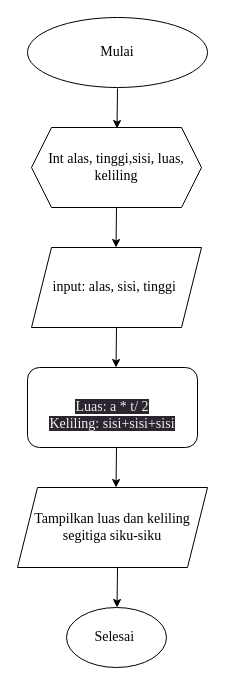
This is Flowchart3.drawio from Alvichoirinn/Latihan4, a draw.io file, before an edit. Source tidied: cells renumbered, new cells numbered last; positions are measured from the earlier drawing's top-left corner, leaving out a move shared by most shapes. Both pictures are drawn from the tidied source at 100%, with x=0, y=0 at pixel (17, 17).
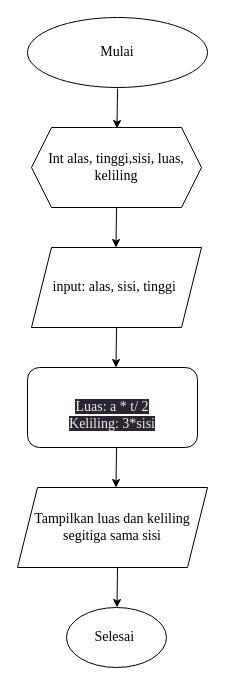
Above is the later version.

Change to the diagram source:
```diff
@@
 <mxGraphModel>
   <root>
     <mxCell id="0" />
     <mxCell id="1" parent="0" />
     <mxCell id="2" value="Mulai" style="ellipse;whiteSpace=wrap;html=1;fontFamily=Times New Roman;fontSize=14;" parent="1" vertex="1">
       <mxGeometry x="10" width="180" height="70" as="geometry" />
     </mxCell>
     <mxCell id="3" style="endArrow=classic;html=1;" parent="1" edge="1">
       <mxGeometry relative="1" as="geometry">
         <mxPoint x="100" y="71" as="sourcePoint" />
         <mxPoint x="99.5" y="111" as="targetPoint" />
       </mxGeometry>
     </mxCell>
     <mxCell id="4" value="Int alas, tinggi,sisi, luas, keliling" style="shape=hexagon;perimeter=hexagonPerimeter2;whiteSpace=wrap;html=1;fixedSize=1;fontFamily=Times New Roman;fontSize=14;" parent="1" vertex="1">
       <mxGeometry x="14" y="110" width="170" height="80" as="geometry" />
     </mxCell>
     <mxCell id="5" value="input: alas, sisi, tinggi&amp;nbsp;" style="shape=parallelogram;perimeter=parallelogramPerimeter;whiteSpace=wrap;html=1;fixedSize=1;fontFamily=Times New Roman;fontSize=14;" parent="1" vertex="1">
       <mxGeometry x="14" y="230" width="170" height="80" as="geometry" />
     </mxCell>
     <mxCell id="6" style="endArrow=classic;html=1;" parent="1" edge="1">
       <mxGeometry relative="1" as="geometry">
         <mxPoint x="99" y="190" as="sourcePoint" />
         <mxPoint x="98.5" y="230" as="targetPoint" />
       </mxGeometry>
     </mxCell>
     <mxCell id="7" style="endArrow=classic;html=1;" parent="1" edge="1">
       <mxGeometry relative="1" as="geometry">
         <mxPoint x="99" y="310" as="sourcePoint" />
         <mxPoint x="98.5" y="350" as="targetPoint" />
       </mxGeometry>
     </mxCell>
-    <mxCell id="8" value="&lt;br&gt;&lt;span style=&quot;color: rgb(240, 240, 240); font-family: &amp;quot;Times New Roman&amp;quot;; font-size: 14px; font-style: normal; font-variant-ligatures: normal; font-variant-caps: normal; font-weight: 400; letter-spacing: normal; orphans: 2; text-align: center; text-indent: 0px; text-transform: none; widows: 2; word-spacing: 0px; -webkit-text-stroke-width: 0px; background-color: rgb(42, 37, 47); text-decoration-thickness: initial; text-decoration-style: initial; text-decoration-color: initial; float: none; display: inline !important;&quot;&gt;Luas: a * t/ 2&lt;br&gt;Keliling: sisi+sisi+sisi&lt;/span&gt;" style="rounded=1;whiteSpace=wrap;html=1;fontFamily=Times New Roman;fontSize=14;" parent="1" vertex="1">
+    <mxCell id="8" value="&lt;br&gt;&lt;span style=&quot;color: rgb(240, 240, 240); font-family: &amp;quot;Times New Roman&amp;quot;; font-size: 14px; font-style: normal; font-variant-ligatures: normal; font-variant-caps: normal; font-weight: 400; letter-spacing: normal; orphans: 2; text-align: center; text-indent: 0px; text-transform: none; widows: 2; word-spacing: 0px; -webkit-text-stroke-width: 0px; background-color: rgb(42, 37, 47); text-decoration-thickness: initial; text-decoration-style: initial; text-decoration-color: initial; float: none; display: inline !important;&quot;&gt;Luas: a * t/ 2&lt;br&gt;Keliling: 3*sisi&lt;/span&gt;" style="rounded=1;whiteSpace=wrap;html=1;fontFamily=Times New Roman;fontSize=14;" parent="1" vertex="1">
       <mxGeometry x="10" y="350" width="170" height="80" as="geometry" />
     </mxCell>
-    <mxCell id="9" value="Tampilkan luas dan keliling&lt;br&gt;segitiga siku-siku" style="shape=parallelogram;perimeter=parallelogramPerimeter;whiteSpace=wrap;html=1;fixedSize=1;fontFamily=Times New Roman;fontSize=14;" parent="1" vertex="1">
+    <mxCell id="9" value="Tampilkan luas dan keliling&lt;br&gt;segitiga sama sisi" style="shape=parallelogram;perimeter=parallelogramPerimeter;whiteSpace=wrap;html=1;fixedSize=1;fontFamily=Times New Roman;fontSize=14;" parent="1" vertex="1">
       <mxGeometry y="470" width="190" height="80" as="geometry" />
     </mxCell>
     <mxCell id="10" value="Selesai&amp;nbsp;" style="ellipse;whiteSpace=wrap;html=1;fontFamily=Times New Roman;fontSize=14;" parent="1" vertex="1">
       <mxGeometry x="49" y="590" width="100" height="60" as="geometry" />
     </mxCell>
     <mxCell id="11" style="endArrow=classic;html=1;" parent="1" edge="1">
       <mxGeometry relative="1" as="geometry">
         <mxPoint x="99" y="430" as="sourcePoint" />
         <mxPoint x="98.5" y="470" as="targetPoint" />
       </mxGeometry>
     </mxCell>
     <mxCell id="12" style="endArrow=classic;html=1;" parent="1" edge="1">
       <mxGeometry relative="1" as="geometry">
         <mxPoint x="100" y="550" as="sourcePoint" />
         <mxPoint x="99.5" y="590" as="targetPoint" />
       </mxGeometry>
     </mxCell>
   </root>
 </mxGraphModel>
```
